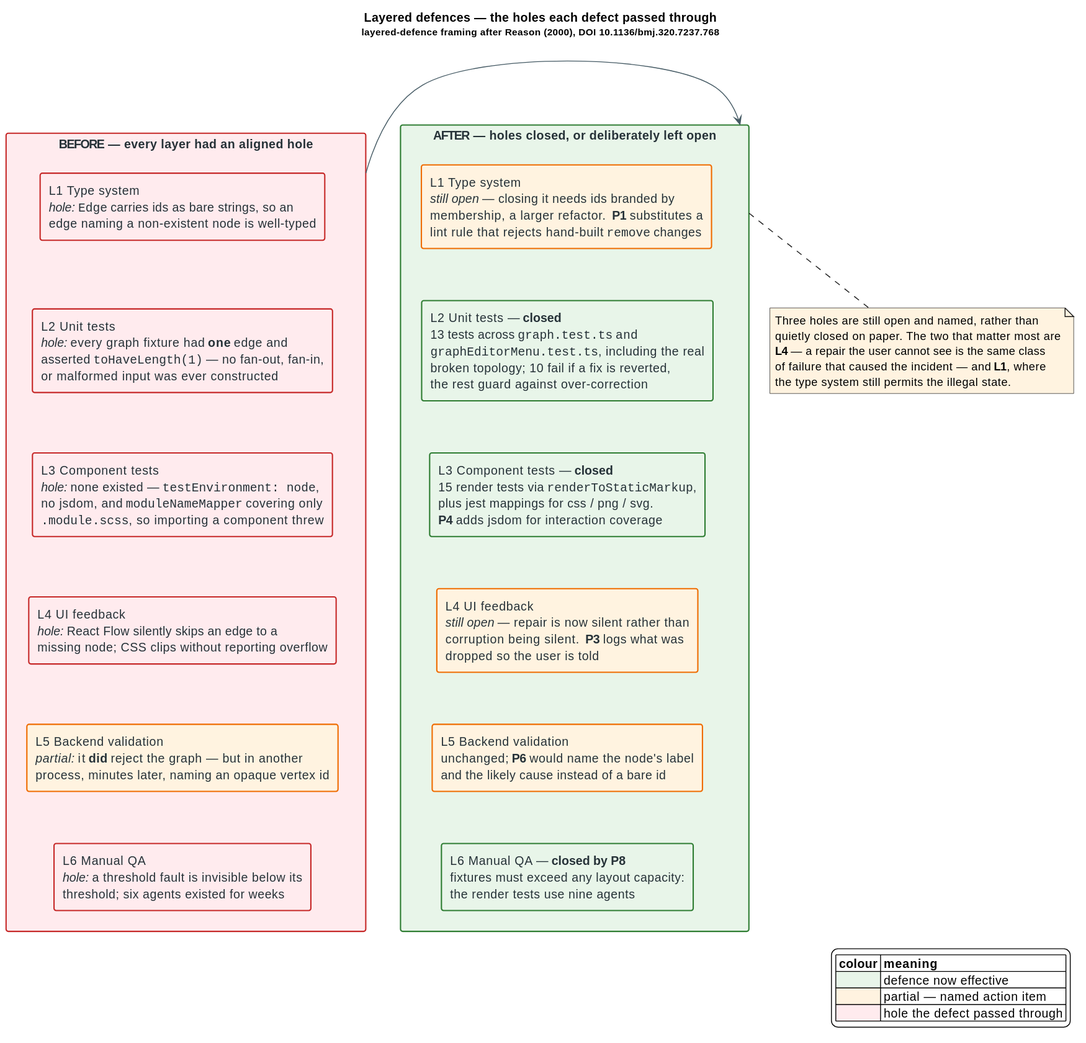
This is docs/post-mortems/diagrams/06-defence-layers.svg from F1R3FLY-io/embers-frontend, a PlantUML export, as it was before one commit.
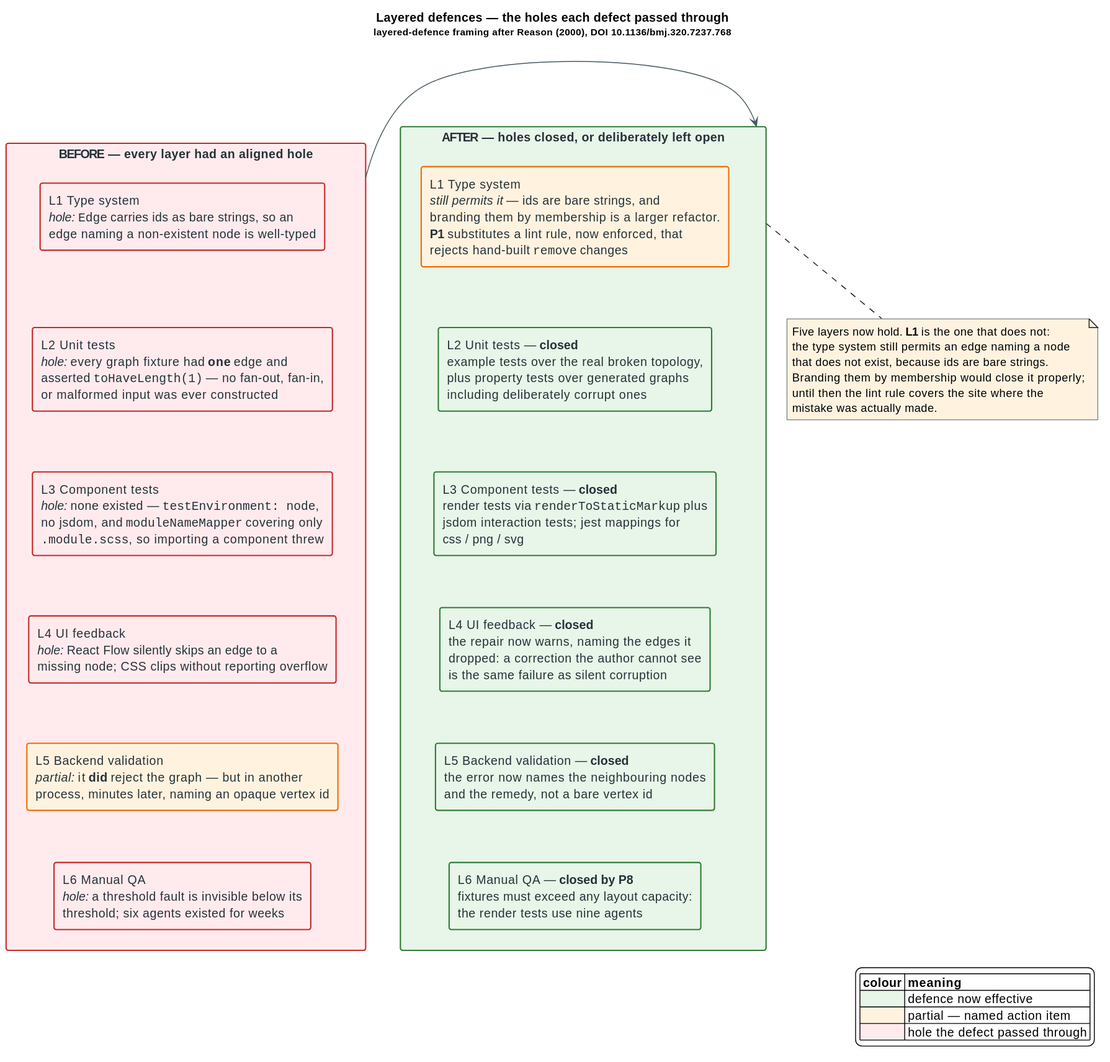
Above is the later version.

Commit message:
docs: record the standards drawn from the incident, and close out its action items

Diff of the diagram source:
```diff
@@ -24,11 +24,11 @@
 }
 
 rectangle "**AFTER** — holes closed, or deliberately left open" as A #line:2E7D32;back:E8F5E9 {
-  rectangle "L1  Type system\n<i>still open</i> — closing it needs ids branded by\nmembership, a larger refactor.  **P1** substitutes a\nlint rule that rejects hand-built ""remove"" changes" as A1 #line:EF6C00;back:FFF3E0
-  rectangle "L2  Unit tests — **closed**\n13 tests across ""graph.test.ts"" and\n""graphEditorMenu.test.ts"", including the real\nbroken topology; 10 fail if a fix is reverted,\nthe rest guard against over-correction" as A2 #line:2E7D32;back:E8F5E9
-  rectangle "L3  Component tests — **closed**\n15 render tests via ""renderToStaticMarkup"",\nplus jest mappings for css / png / svg.\n**P4** adds jsdom for interaction coverage" as A3 #line:2E7D32;back:E8F5E9
-  rectangle "L4  UI feedback\n<i>still open</i> — repair is now silent rather than\ncorruption being silent.  **P3** logs what was\ndropped so the user is told" as A4 #line:EF6C00;back:FFF3E0
-  rectangle "L5  Backend validation\nunchanged; **P6** would name the node's label\nand the likely cause instead of a bare id" as A5 #line:EF6C00;back:FFF3E0
+  rectangle "L1  Type system\n<i>still permits it</i> — ids are bare strings, and\nbranding them by membership is a larger refactor.\n**P1** substitutes a lint rule, now enforced, that\nrejects hand-built ""remove"" changes" as A1 #line:EF6C00;back:FFF3E0
+  rectangle "L2  Unit tests — **closed**\nexample tests over the real broken topology,\nplus property tests over generated graphs\nincluding deliberately corrupt ones" as A2 #line:2E7D32;back:E8F5E9
+  rectangle "L3  Component tests — **closed**\nrender tests via ""renderToStaticMarkup"" plus\njsdom interaction tests; jest mappings for\ncss / png / svg" as A3 #line:2E7D32;back:E8F5E9
+  rectangle "L4  UI feedback — **closed**\nthe repair now warns, naming the edges it\ndropped: a correction the author cannot see\nis the same failure as silent corruption" as A4 #line:2E7D32;back:E8F5E9
+  rectangle "L5  Backend validation — **closed**\nthe error now names the neighbouring nodes\nand the remedy, not a bare vertex id" as A5 #line:2E7D32;back:E8F5E9
   rectangle "L6  Manual QA — **closed by P8**\nfixtures must exceed any layout capacity:\nthe render tests use nine agents" as A6 #line:2E7D32;back:E8F5E9
   A1 -[hidden]down- A2
   A2 -[hidden]down- A3
@@ -40,11 +40,12 @@
 B -right[#455A64]-> A
 
 note bottom of A #FFF3E0
-  Three holes are still open and named, rather than
-  quietly closed on paper. The two that matter most are
-  **L4** — a repair the user cannot see is the same class
-  of failure that caused the incident — and **L1**, where
-  the type system still permits the illegal state.
+  Five layers now hold. **L1** is the one that does not:
+  the type system still permits an edge naming a node
+  that does not exist, because ids are bare strings.
+  Branding them by membership would close it properly;
+  until then the lint rule covers the site where the
+  mistake was actually made.
 end note
 
 legend right
```
